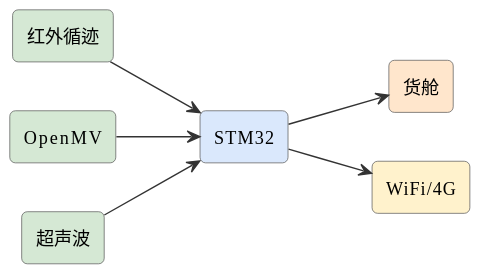
Above: assets/diagrams/ideas-fig69.svg in mingyi0818/IntelligentMcuCourse (PlantUML), before the change.
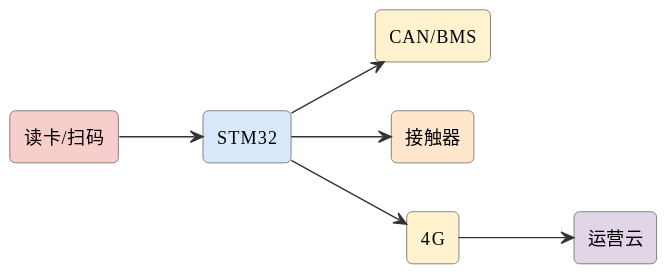
After the change.

Diff of the diagram source:
```diff
@@ -6,15 +6,15 @@
 skinparam arrowFontSize 11
 skinparam arrowColor #333
 left to right direction
-rectangle "红外循迹" as ir #d5e8d4
-rectangle "OpenMV" as cam #d5e8d4
+rectangle "读卡/扫码" as auth #f8cecc
 rectangle "STM32" as stm #dae8fc
-rectangle "超声波" as ult #d5e8d4
-rectangle "货舱" as box #ffe6cc
-rectangle "WiFi/4G" as net #fff2cc
-ir --> stm
-cam --> stm
-ult --> stm
-stm --> box
-stm --> net
+rectangle "CAN/BMS" as can #fff2cc
+rectangle "接触器" as relay #ffe6cc
+rectangle "4G" as g #fff2cc
+rectangle "运营云" as cloud #e1d5e8
+auth --> stm
+stm --> can
+stm --> relay
+stm --> g
+g --> cloud
 @enduml
```
